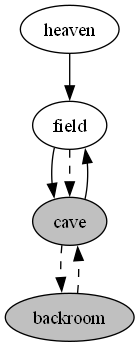
Above: map.png in nadflop/text-adventure (Graphviz), before the change. Its source is kept beside it as map.gv.
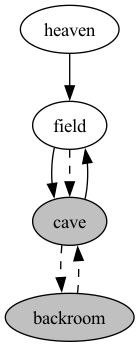
The same file after the commit.

Change to the diagram source:
```diff
@@ -6,8 +6,8 @@
 	cave -> field
 	cave -> backroom[style=dashed]
 	backroom -> cave[style=dashed]
+	field [fillcolor=white]
 	backroom [fillcolor=grey]
-	field [fillcolor=white]
+	cave [fillcolor=grey]
 	heaven [fillcolor=white]
-	cave [fillcolor=grey]
 }
```
